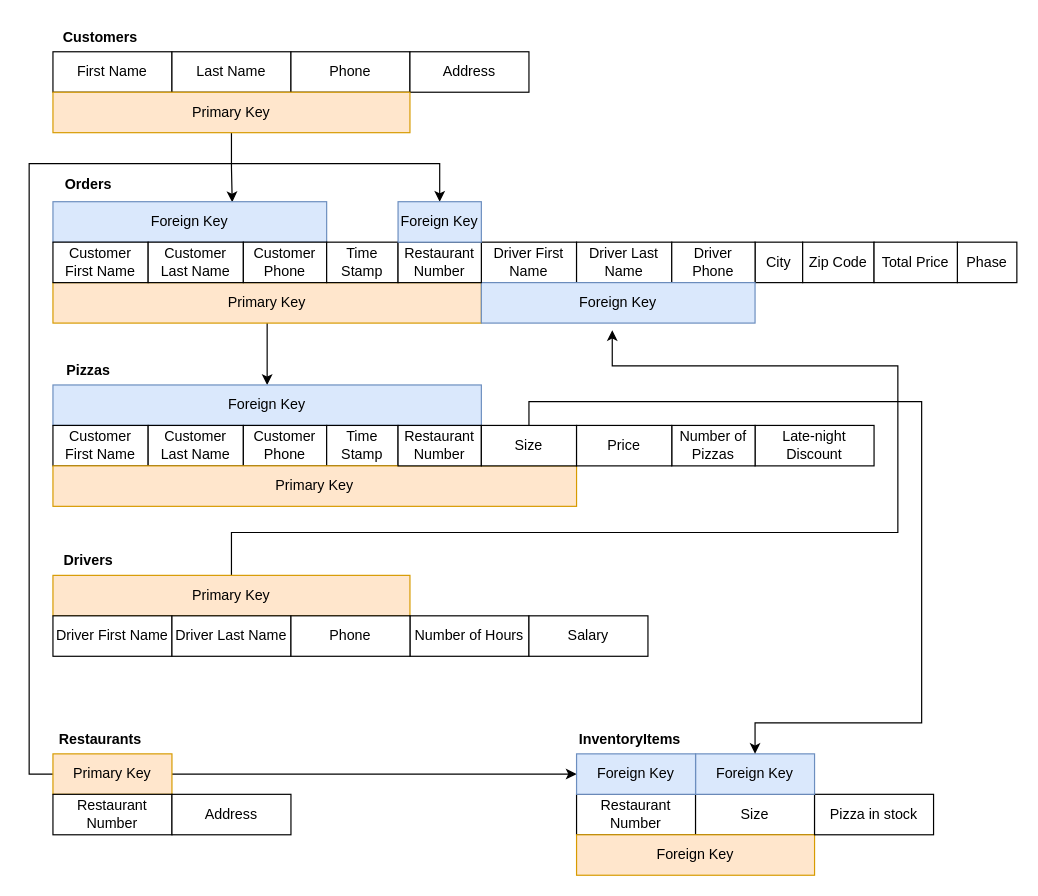
The draw.io diagram page "First Relation Scheme" (3 of 4) of Project01.drawio in thanhnguyen210299/CSULB-CECS-323, before the edit. Source tidied: cells renumbered, new cells numbered last; positions are measured from the earlier drawing's top-left corner, leaving out a move shared by most shapes. Both pictures are drawn from the tidied source at 119%, with x=0, y=0 at pixel (29, 20).
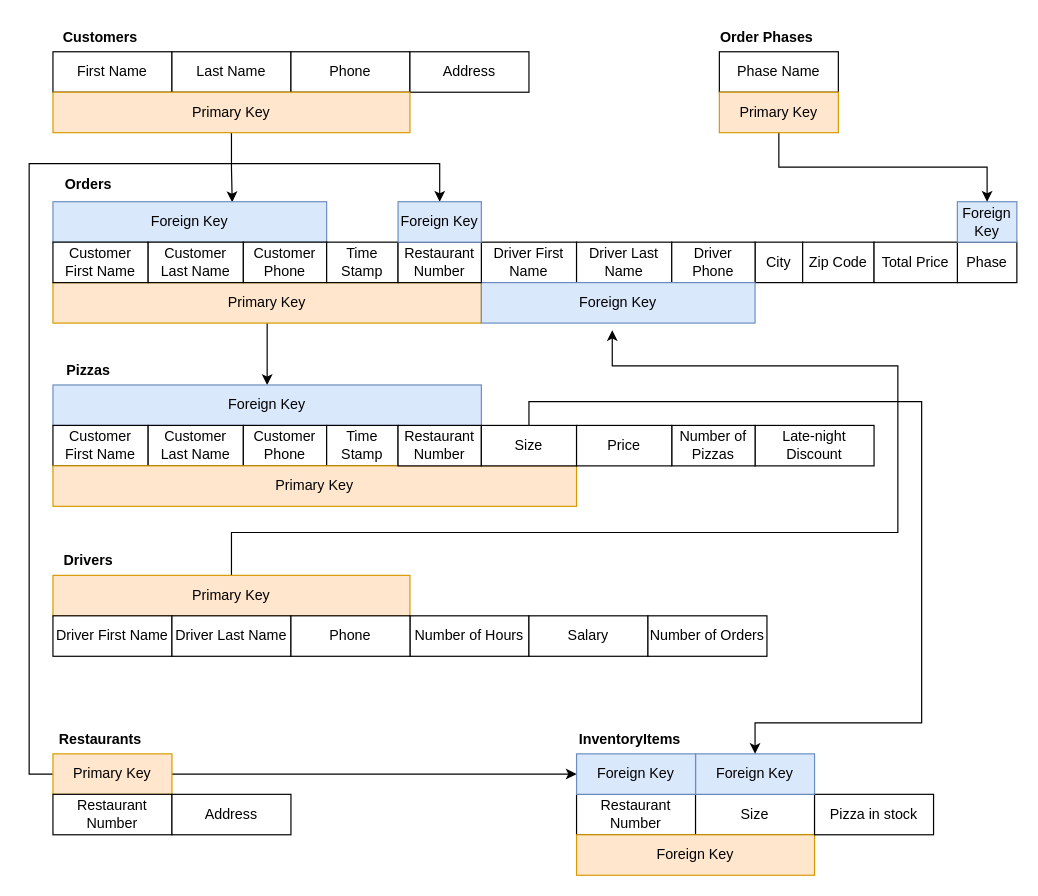
The same diagram, later.

Change to the diagram source:
```diff
@@
+    <mxCell id="61" value="Order Phases" style="text;align=center;fontStyle=1;verticalAlign=middle;spacingLeft=3;spacingRight=3;strokeColor=none;" parent="1" vertex="1">
+      <mxGeometry x="580" width="80" height="26" as="geometry" />
+    </mxCell>
+    <mxCell id="62" value="Phase Name" style="rounded=0;whiteSpace=wrap;html=1;" parent="1" vertex="1">
+      <mxGeometry x="580" y="26" width="100" height="34" as="geometry" />
+    </mxCell>
+    <mxCell id="63" value="Foreign Key" style="rounded=0;whiteSpace=wrap;html=1;fillColor=#dae8fc;strokeColor=#6c8ebf;" parent="1" vertex="1">
+      <mxGeometry x="780" y="152" width="50" height="34" as="geometry" />
+    </mxCell>
+    <mxCell id="64" style="edgeStyle=orthogonalEdgeStyle;rounded=0;jettySize=auto;html=1;exitX=0.5;exitY=1;exitDx=0;exitDy=0;entryX=0.5;entryY=0;entryDx=0;entryDy=0;" parent="1" edge="1" source="65" target="63">
+      <mxGeometry relative="1" as="geometry" />
+    </mxCell>
+    <mxCell id="65" value="Primary Key" style="rounded=0;whiteSpace=wrap;html=1;fillColor=#ffe6cc;strokeColor=#d79b00;" parent="1" vertex="1">
+      <mxGeometry x="580" y="60" width="100" height="34" as="geometry" />
+    </mxCell>
+    <mxCell id="66" value="Number of Orders" style="rounded=0;whiteSpace=wrap;html=1;" parent="1" vertex="1">
+      <mxGeometry x="520" y="500" width="100" height="34" as="geometry" />
+    </mxCell>
```
